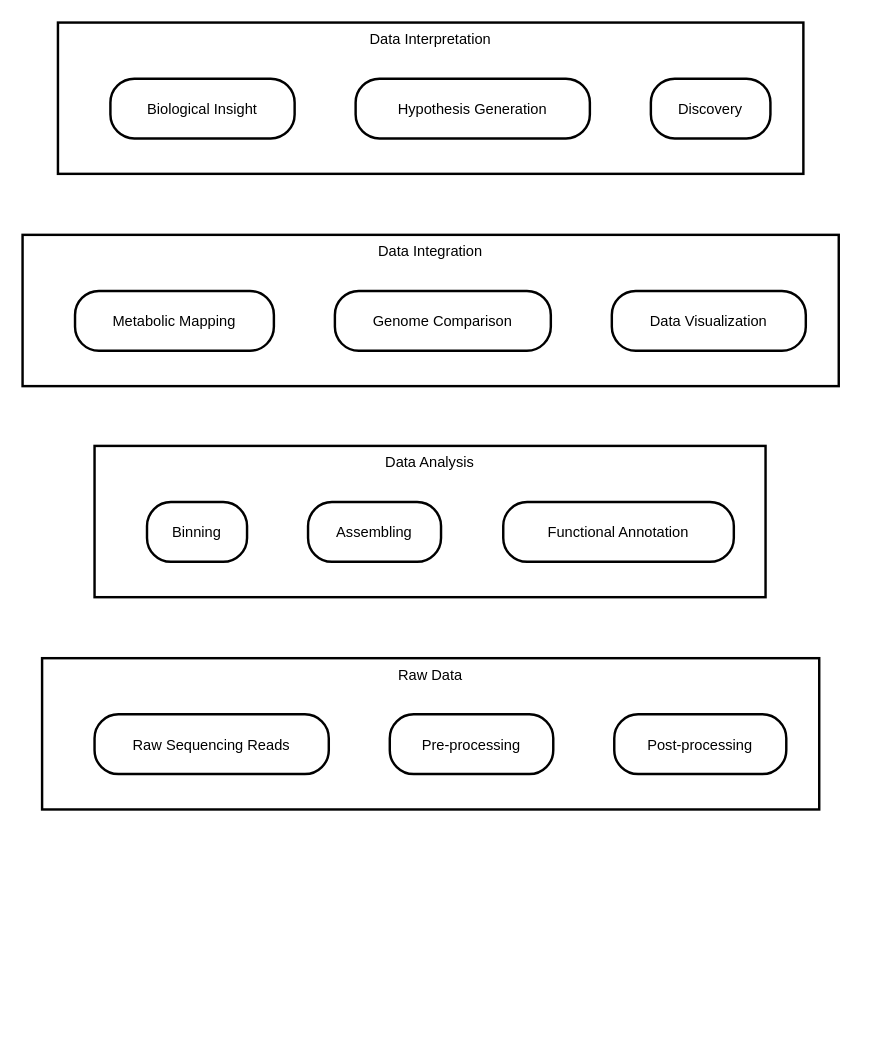
Before: metaDaLi.drawio in Arzhura/DaLi, a draw.io diagram. Source tidied: cells renumbered, new cells numbered last; positions are measured from the earlier drawing's top-left corner, leaving out a move shared by most shapes. Both pictures are drawn from the tidied source at 122%, with x=0, y=0 at pixel (22, 22).
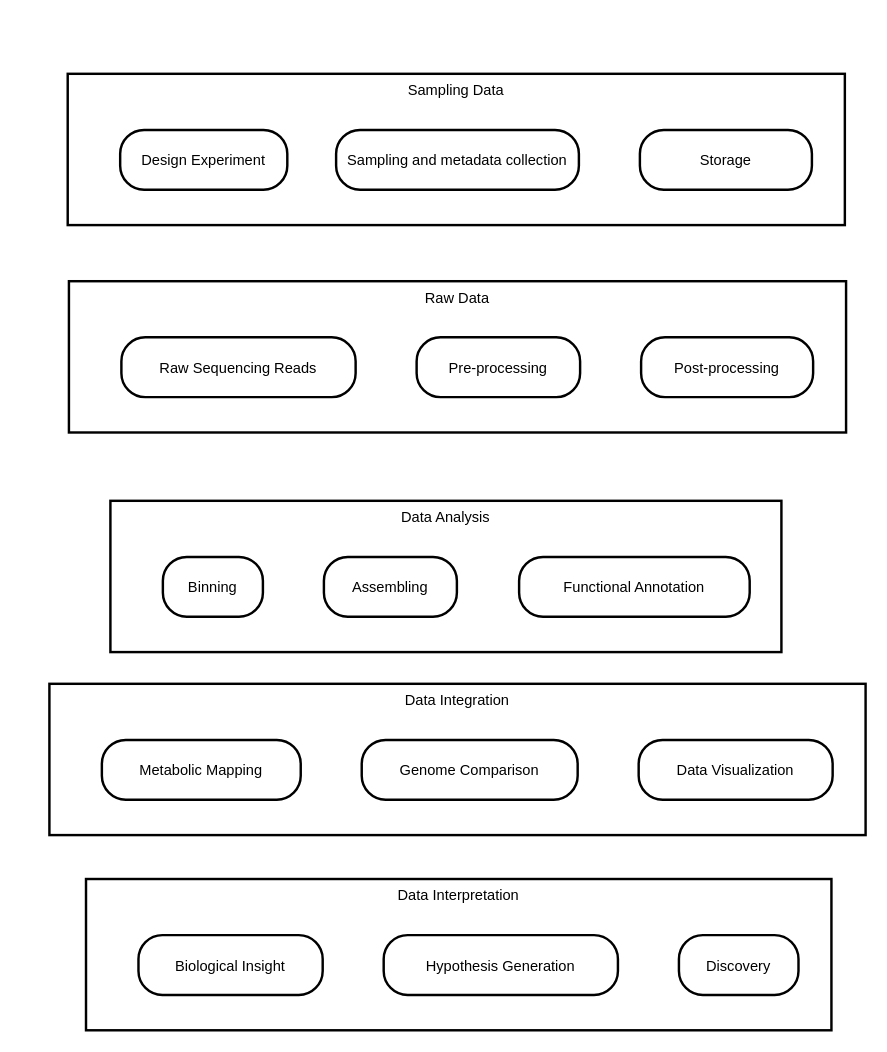
The same diagram, later.

Change to the diagram source:
```diff
@@
     <mxCell id="2" value="Data Interpretation" style="whiteSpace=wrap;strokeWidth=2;verticalAlign=top;" parent="1" vertex="1">
-      <mxGeometry x="29" width="611" height="124" as="geometry" />
+      <mxGeometry x="52" y="702" width="611" height="124" as="geometry" />
     </mxCell>
@@
     <mxCell id="6" value="Data Integration" style="whiteSpace=wrap;strokeWidth=2;verticalAlign=top;" parent="1" vertex="1">
-      <mxGeometry y="174" width="669" height="124" as="geometry" />
+      <mxGeometry x="22" y="542" width="669" height="124" as="geometry" />
     </mxCell>
@@
     <mxCell id="10" value="Data Analysis" style="whiteSpace=wrap;strokeWidth=2;verticalAlign=top;" parent="1" vertex="1">
-      <mxGeometry x="59" y="347" width="550" height="124" as="geometry" />
+      <mxGeometry x="72" y="392" width="550" height="124" as="geometry" />
     </mxCell>
@@
     <mxCell id="14" value="Raw Data" style="whiteSpace=wrap;strokeWidth=2;verticalAlign=top;" parent="1" vertex="1">
-      <mxGeometry x="16" y="521" width="637" height="124" as="geometry" />
+      <mxGeometry x="38" y="212" width="637" height="124" as="geometry" />
     </mxCell>
@@
+    <mxCell id="18" value="Sampling Data" style="whiteSpace=wrap;strokeWidth=2;verticalAlign=top;" parent="1" vertex="1">
+      <mxGeometry x="37" y="42" width="637" height="124" as="geometry" />
+    </mxCell>
+    <mxCell id="19" value="Design Experiment" style="rounded=1;arcSize=40;strokeWidth=2;" parent="18" vertex="1">
+      <mxGeometry x="43" y="46" width="137" height="49" as="geometry" />
+    </mxCell>
+    <mxCell id="20" value="Sampling and metadata collection" style="rounded=1;arcSize=40;strokeWidth=2;" parent="18" vertex="1">
+      <mxGeometry x="220" y="46" width="199" height="49" as="geometry" />
+    </mxCell>
+    <mxCell id="21" value="Storage" style="rounded=1;arcSize=40;strokeWidth=2;" parent="18" vertex="1">
+      <mxGeometry x="469" y="46" width="141" height="49" as="geometry" />
+    </mxCell>
```
